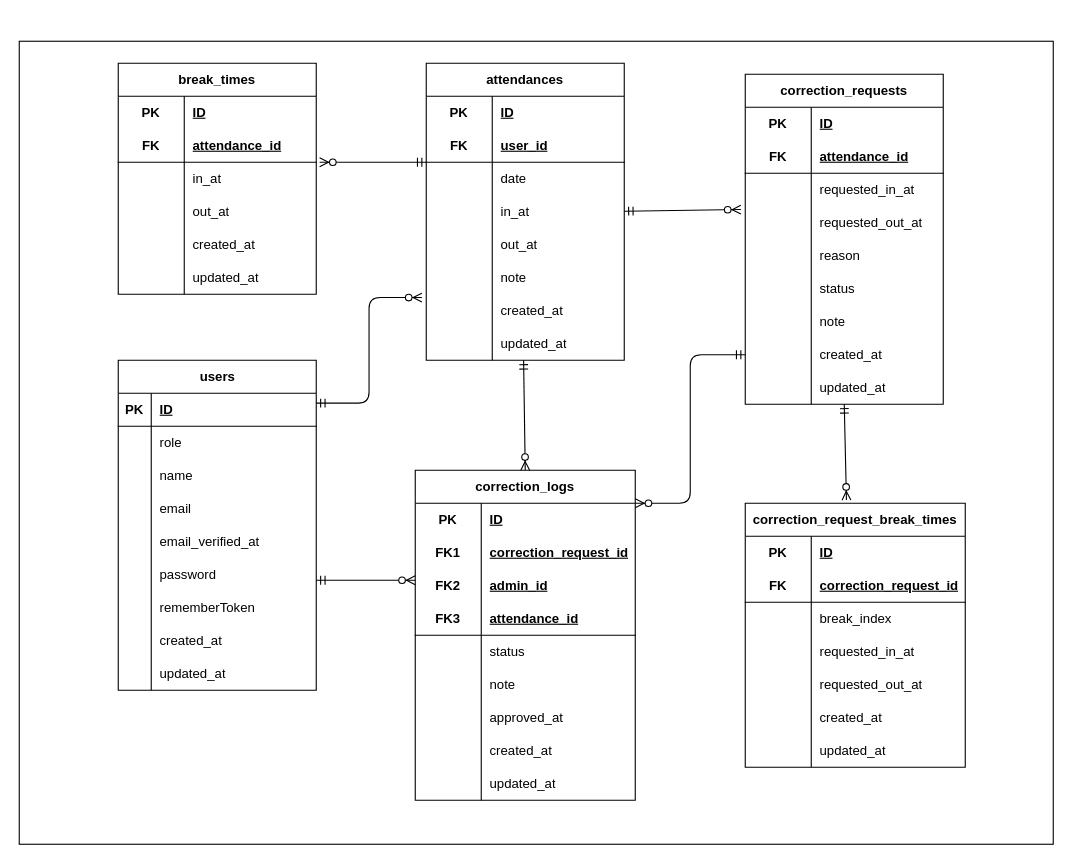
Yu-Sasaki451/Attendance keeps this draw.io diagram as src/er.drawio. Above is the earlier version. Source tidied: cells renumbered, new cells numbered last; positions are measured from the earlier drawing's top-left corner, leaving out a move shared by most shapes. Both pictures are drawn from the tidied source at 110%, with x=0, y=0 at pixel (19, 41).
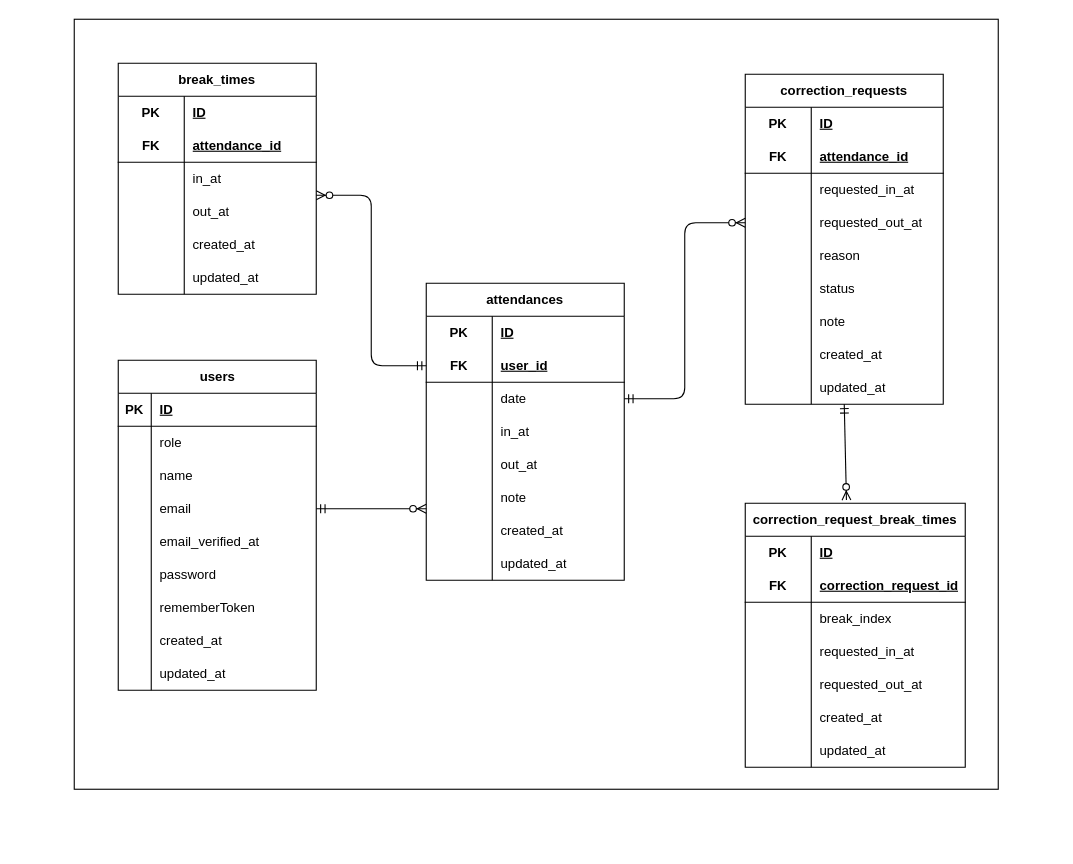
The same diagram, later.

Commit message (it also covers changes not shown here):
README、ER図、css修正

Unchanged cells that the change refers to:
```xml
<mxCell id="13" style="shape=tableRow;horizontal=0;startSize=0;swimlaneHead=0;swimlaneBody=0;fillColor=none;points=[[0,0.5],[1,0.5]];portConstraint=eastwest;top=0;left=0;right=0;bottom=0;" parent="3" vertex="1">
  <mxGeometry y="120" width="180" height="30" as="geometry" />
</mxCell>
<mxCell id="35" style="shape=tableRow;horizontal=0;startSize=0;swimlaneHead=0;swimlaneBody=0;fillColor=none;points=[[0,0.5],[1,0.5]];portConstraint=eastwest;top=0;left=0;right=0;bottom=1;html=1;" parent="31" vertex="1">
  <mxGeometry y="60" width="180" height="30" as="geometry" />
</mxCell>
<mxCell id="38" style="shape=tableRow;horizontal=0;startSize=0;swimlaneHead=0;swimlaneBody=0;fillColor=none;points=[[0,0.5],[1,0.5]];portConstraint=eastwest;top=0;left=0;right=0;bottom=0;html=1;" parent="31" vertex="1">
  <mxGeometry y="90" width="180" height="30" as="geometry" />
</mxCell>
<mxCell id="47" style="shape=tableRow;horizontal=0;startSize=0;swimlaneHead=0;swimlaneBody=0;fillColor=none;points=[[0,0.5],[1,0.5]];portConstraint=eastwest;top=0;left=0;right=0;bottom=0;html=1;" parent="31" vertex="1">
  <mxGeometry y="180" width="180" height="30" as="geometry" />
</mxCell>
<mxCell id="50" style="shape=tableRow;horizontal=0;startSize=0;swimlaneHead=0;swimlaneBody=0;fillColor=none;points=[[0,0.5],[1,0.5]];portConstraint=eastwest;top=0;left=0;right=0;bottom=0;html=1;" parent="31" vertex="1">
  <mxGeometry y="210" width="180" height="30" as="geometry" />
</mxCell>
<mxCell id="66" style="shape=tableRow;horizontal=0;startSize=0;swimlaneHead=0;swimlaneBody=0;fillColor=none;points=[[0,0.5],[1,0.5]];portConstraint=eastwest;top=0;left=0;right=0;bottom=0;html=1;" parent="56" vertex="1">
  <mxGeometry y="120" width="180" height="30" as="geometry" />
</mxCell>
<mxCell id="78" style="shape=tableRow;horizontal=0;startSize=0;swimlaneHead=0;swimlaneBody=0;fillColor=none;points=[[0,0.5],[1,0.5]];portConstraint=eastwest;top=0;left=0;right=0;bottom=0;html=1;" parent="56" vertex="1">
  <mxGeometry y="240" width="180" height="30" as="geometry" />
</mxCell>
<mxCell id="91" style="shape=tableRow;horizontal=0;startSize=0;swimlaneHead=0;swimlaneBody=0;fillColor=none;points=[[0,0.5],[1,0.5]];portConstraint=eastwest;top=0;left=0;right=0;bottom=0;html=1;" parent="84" vertex="1">
  <mxGeometry y="90" width="180" height="30" as="geometry" />
</mxCell>
```

What changed in the source:
```diff
@@
     <mxCell id="2" style="rounded=0;whiteSpace=wrap;html=1;" parent="1" vertex="1">
-      <mxGeometry width="940" height="730" as="geometry" />
+      <mxGeometry x="50" y="-20" width="840" height="700" as="geometry" />
     </mxCell>
@@
     <mxCell id="31" value="attendances" style="shape=table;startSize=30;childLayout=tableLayout;rowLines=0;fontStyle=1;align=center;html=1;whiteSpace=wrap;" parent="1" vertex="1">
-      <mxGeometry x="370" y="20" width="180" height="270" as="geometry" />
+      <mxGeometry x="370" y="220" width="180" height="270" as="geometry" />
     </mxCell>
@@
-    <mxCell id="103" value="correction_logs" style="shape=table;startSize=30;childLayout=tableLayout;rowLines=0;fontStyle=1;align=center;html=1;whiteSpace=wrap;" parent="1" vertex="1">
-      <mxGeometry x="360" y="390" width="200" height="300" as="geometry" />
-    </mxCell>
-    <mxCell id="104" style="shape=tableRow;horizontal=0;startSize=0;swimlaneHead=0;swimlaneBody=0;fillColor=none;top=0;left=0;right=0;bottom=0;html=1;" parent="103" vertex="1">
-      <mxGeometry y="30" width="200" height="30" as="geometry" />
-    </mxCell>
-    <mxCell id="105" value="PK" style="shape=partialRectangle;fillColor=none;top=0;left=0;bottom=0;right=0;fontStyle=1;overflow=hidden;html=1;whiteSpace=wrap;" parent="104" vertex="1">
-      <mxGeometry width="60" height="30" as="geometry" />
-    </mxCell>
-    <mxCell id="106" value="ID" style="shape=partialRectangle;fillColor=none;top=0;left=0;bottom=0;right=0;align=left;spacingLeft=6;fontStyle=5;overflow=hidden;html=1;whiteSpace=wrap;" parent="104" vertex="1">
-      <mxGeometry x="60" width="140" height="30" as="geometry" />
-    </mxCell>
-    <mxCell id="107" style="shape=tableRow;horizontal=0;startSize=0;swimlaneHead=0;swimlaneBody=0;fillColor=none;top=0;left=0;right=0;bottom=0;html=1;" parent="103" vertex="1">
-      <mxGeometry y="60" width="200" height="30" as="geometry" />
-    </mxCell>
-    <mxCell id="108" value="FK1" style="shape=partialRectangle;fillColor=none;top=0;left=0;bottom=0;right=0;fontStyle=1;overflow=hidden;html=1;whiteSpace=wrap;" parent="107" vertex="1">
-      <mxGeometry width="60" height="30" as="geometry" />
-    </mxCell>
-    <mxCell id="109" value="correction_request_id" style="shape=partialRectangle;fillColor=none;top=0;left=0;bottom=0;right=0;align=left;spacingLeft=6;fontStyle=5;overflow=hidden;html=1;whiteSpace=wrap;" parent="107" vertex="1">
-      <mxGeometry x="60" width="140" height="30" as="geometry" />
-    </mxCell>
-    <mxCell id="110" style="shape=tableRow;horizontal=0;startSize=0;swimlaneHead=0;swimlaneBody=0;fillColor=none;top=0;left=0;right=0;bottom=0;html=1;" parent="103" vertex="1">
-      <mxGeometry y="90" width="200" height="30" as="geometry" />
-    </mxCell>
-    <mxCell id="111" value="FK2" style="shape=partialRectangle;fillColor=none;top=0;left=0;bottom=0;right=0;fontStyle=1;overflow=hidden;html=1;whiteSpace=wrap;" parent="110" vertex="1">
-      <mxGeometry width="60" height="30" as="geometry" />
-    </mxCell>
-    <mxCell id="112" value="admin_id" style="shape=partialRectangle;fillColor=none;top=0;left=0;bottom=0;right=0;align=left;spacingLeft=6;fontStyle=5;overflow=hidden;html=1;whiteSpace=wrap;" parent="110" vertex="1">
-      <mxGeometry x="60" width="140" height="30" as="geometry" />
-    </mxCell>
-    <mxCell id="113" style="shape=tableRow;horizontal=0;startSize=0;swimlaneHead=0;swimlaneBody=0;fillColor=none;top=0;left=0;right=0;bottom=1;html=1;" parent="103" vertex="1">
-      <mxGeometry y="120" width="200" height="30" as="geometry" />
-    </mxCell>
-    <mxCell id="114" value="FK3" style="shape=partialRectangle;fillColor=none;top=0;left=0;bottom=0;right=0;fontStyle=1;overflow=hidden;html=1;whiteSpace=wrap;" parent="113" vertex="1">
-      <mxGeometry width="60" height="30" as="geometry" />
-    </mxCell>
-    <mxCell id="115" value="attendance_id" style="shape=partialRectangle;fillColor=none;top=0;left=0;bottom=0;right=0;align=left;spacingLeft=6;fontStyle=5;overflow=hidden;html=1;whiteSpace=wrap;" parent="113" vertex="1">
-      <mxGeometry x="60" width="140" height="30" as="geometry" />
-    </mxCell>
-    <mxCell id="116" style="shape=tableRow;horizontal=0;startSize=0;swimlaneHead=0;swimlaneBody=0;fillColor=none;top=0;left=0;right=0;bottom=0;html=1;" parent="103" vertex="1">
-      <mxGeometry y="150" width="200" height="30" as="geometry" />
-    </mxCell>
-    <mxCell id="117" style="shape=partialRectangle;fillColor=none;top=0;left=0;bottom=0;right=0;overflow=hidden;html=1;whiteSpace=wrap;" parent="116" vertex="1">
-      <mxGeometry width="60" height="30" as="geometry" />
-    </mxCell>
-    <mxCell id="118" value="status" style="shape=partialRectangle;fillColor=none;top=0;left=0;bottom=0;right=0;align=left;spacingLeft=6;overflow=hidden;html=1;whiteSpace=wrap;" parent="116" vertex="1">
-      <mxGeometry x="60" width="140" height="30" as="geometry" />
-    </mxCell>
-    <mxCell id="119" style="shape=tableRow;horizontal=0;startSize=0;swimlaneHead=0;swimlaneBody=0;fillColor=none;top=0;left=0;right=0;bottom=0;html=1;" parent="103" vertex="1">
-      <mxGeometry y="180" width="200" height="30" as="geometry" />
-    </mxCell>
-    <mxCell id="120" style="shape=partialRectangle;fillColor=none;top=0;left=0;bottom=0;right=0;overflow=hidden;html=1;whiteSpace=wrap;" parent="119" vertex="1">
-      <mxGeometry width="60" height="30" as="geometry" />
-    </mxCell>
-    <mxCell id="121" value="note" style="shape=partialRectangle;fillColor=none;top=0;left=0;bottom=0;right=0;align=left;spacingLeft=6;overflow=hidden;html=1;whiteSpace=wrap;" parent="119" vertex="1">
-      <mxGeometry x="60" width="140" height="30" as="geometry" />
-    </mxCell>
-    <mxCell id="122" style="shape=tableRow;horizontal=0;startSize=0;swimlaneHead=0;swimlaneBody=0;fillColor=none;top=0;left=0;right=0;bottom=0;html=1;" parent="103" vertex="1">
-      <mxGeometry y="210" width="200" height="30" as="geometry" />
-    </mxCell>
-    <mxCell id="123" style="shape=partialRectangle;fillColor=none;top=0;left=0;bottom=0;right=0;overflow=hidden;html=1;whiteSpace=wrap;" parent="122" vertex="1">
-      <mxGeometry width="60" height="30" as="geometry" />
-    </mxCell>
-    <mxCell id="124" value="approved_at" style="shape=partialRectangle;fillColor=none;top=0;left=0;bottom=0;right=0;align=left;spacingLeft=6;overflow=hidden;html=1;whiteSpace=wrap;" parent="122" vertex="1">
-      <mxGeometry x="60" width="140" height="30" as="geometry" />
-    </mxCell>
-    <mxCell id="125" style="shape=tableRow;horizontal=0;startSize=0;swimlaneHead=0;swimlaneBody=0;fillColor=none;top=0;left=0;right=0;bottom=0;html=1;" parent="103" vertex="1">
-      <mxGeometry y="240" width="200" height="30" as="geometry" />
-    </mxCell>
-    <mxCell id="126" style="shape=partialRectangle;fillColor=none;top=0;left=0;bottom=0;right=0;overflow=hidden;html=1;whiteSpace=wrap;" parent="125" vertex="1">
-      <mxGeometry width="60" height="30" as="geometry" />
-    </mxCell>
-    <mxCell id="127" value="created_at" style="shape=partialRectangle;fillColor=none;top=0;left=0;bottom=0;right=0;align=left;spacingLeft=6;overflow=hidden;html=1;whiteSpace=wrap;" parent="125" vertex="1">
-      <mxGeometry x="60" width="140" height="30" as="geometry" />
-    </mxCell>
-    <mxCell id="128" style="shape=tableRow;horizontal=0;startSize=0;swimlaneHead=0;swimlaneBody=0;fillColor=none;top=0;left=0;right=0;bottom=0;html=1;" parent="103" vertex="1">
-      <mxGeometry y="270" width="200" height="30" as="geometry" />
-    </mxCell>
-    <mxCell id="129" style="shape=partialRectangle;fillColor=none;top=0;left=0;bottom=0;right=0;overflow=hidden;html=1;whiteSpace=wrap;" parent="128" vertex="1">
-      <mxGeometry width="60" height="30" as="geometry" />
-    </mxCell>
-    <mxCell id="130" value="updated_at" style="shape=partialRectangle;fillColor=none;top=0;left=0;bottom=0;right=0;align=left;spacingLeft=6;overflow=hidden;html=1;whiteSpace=wrap;" parent="128" vertex="1">
-      <mxGeometry x="60" width="140" height="30" as="geometry" />
-    </mxCell>
@@
-    <mxCell id="154" style="fontSize=12;html=1;endArrow=ERzeroToMany;startArrow=ERmandOne;exitX=1;exitY=0.333;exitDx=0;exitDy=0;exitPerimeter=0;" parent="1" edge="1">
-      <mxGeometry relative="1" as="geometry">
-        <mxPoint x="270" y="490" as="sourcePoint" />
-        <mxPoint x="360" y="490" as="targetPoint" />
-      </mxGeometry>
-    </mxCell>
-    <mxCell id="155" style="fontSize=12;html=1;endArrow=ERzeroToMany;startArrow=ERmandOne;exitX=0.833;exitY=1.033;exitDx=0;exitDy=0;exitPerimeter=0;entryX=0.5;entryY=0;entryDx=0;entryDy=0;" parent="1" edge="1" target="103">
-      <mxGeometry relative="1" as="geometry">
-        <mxPoint x="458.5" y="290" as="sourcePoint" />
-      </mxGeometry>
-    </mxCell>
-    <mxCell id="156" style="fontSize=12;html=1;endArrow=ERzeroToMany;startArrow=ERmandOne;entryX=1.017;entryY=0;entryDx=0;entryDy=0;entryPerimeter=0;" parent="1" edge="1" target="91">
+    <mxCell id="156" style="fontSize=12;html=1;endArrow=ERzeroToMany;startArrow=ERmandOne;entryX=1.017;entryY=0;entryDx=0;entryDy=0;entryPerimeter=0;edgeStyle=elbowEdgeStyle;exitX=0;exitY=0.5;exitDx=0;exitDy=0;" parent="1" edge="1" source="35">
       <mxGeometry relative="1" as="geometry">
-        <mxPoint x="370" y="110" as="sourcePoint" />
+        <mxPoint x="270" y="140" as="targetPoint" />
       </mxGeometry>
     </mxCell>
-    <mxCell id="157" style="fontSize=12;html=1;endArrow=ERzeroToMany;startArrow=ERmandOne;entryX=0.5;entryY=0;entryDx=0;entryDy=0;edgeStyle=elbowEdgeStyle;exitX=0;exitY=0.5;exitDx=0;exitDy=0;" parent="1" edge="1" source="78">
-      <mxGeometry relative="1" as="geometry">
-        <mxPoint x="560" y="420" as="targetPoint" />
-      </mxGeometry>
-    </mxCell>
-    <mxCell id="158" style="fontSize=12;html=1;endArrow=ERzeroToMany;startArrow=ERmandOne;exitX=1;exitY=0.333;exitDx=0;exitDy=0;exitPerimeter=0;edgeStyle=elbowEdgeStyle;entryX=-0.022;entryY=0.1;entryDx=0;entryDy=0;entryPerimeter=0;" parent="1" edge="1" target="50">
-      <mxGeometry relative="1" as="geometry">
-        <mxPoint x="270" y="329" as="sourcePoint" />
-      </mxGeometry>
+    <mxCell id="158" style="fontSize=12;html=1;endArrow=ERzeroToMany;startArrow=ERmandOne;entryX=0;entryY=0.833;entryDx=0;entryDy=0;exitX=1;exitY=0.5;exitDx=0;exitDy=0;entryPerimeter=0;" parent="1" edge="1" source="13" target="47">
+      <mxGeometry relative="1" as="geometry" />
     </mxCell>
-    <mxCell id="159" style="fontSize=12;html=1;endArrow=ERzeroToMany;startArrow=ERmandOne;exitX=1;exitY=0.333;exitDx=0;exitDy=0;exitPerimeter=0;entryX=-0.022;entryY=0.1;entryDx=0;entryDy=0;entryPerimeter=0;" parent="1" edge="1" target="66">
-      <mxGeometry relative="1" as="geometry">
-        <mxPoint x="550" y="154.5" as="sourcePoint" />
-      </mxGeometry>
+    <mxCell id="159" style="fontSize=12;html=1;endArrow=ERzeroToMany;startArrow=ERmandOne;exitX=1;exitY=0.5;exitDx=0;exitDy=0;entryX=0;entryY=0.5;entryDx=0;entryDy=0;edgeStyle=elbowEdgeStyle;" parent="1" edge="1" source="38" target="66">
+      <mxGeometry relative="1" as="geometry" />
     </mxCell>
```
